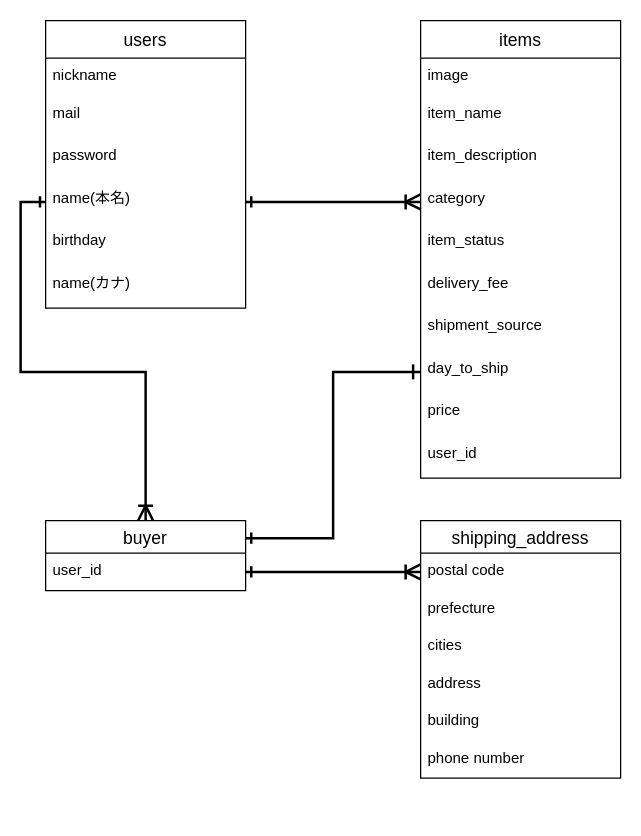
Before: test.dio in attakrui725/furima-32080, a draw.io diagram. Source tidied: cells renumbered, new cells numbered last; positions are measured from the earlier drawing's top-left corner, leaving out a move shared by most shapes. Both pictures are drawn from the tidied source at 125%, with x=0, y=0 at pixel (45, 20).
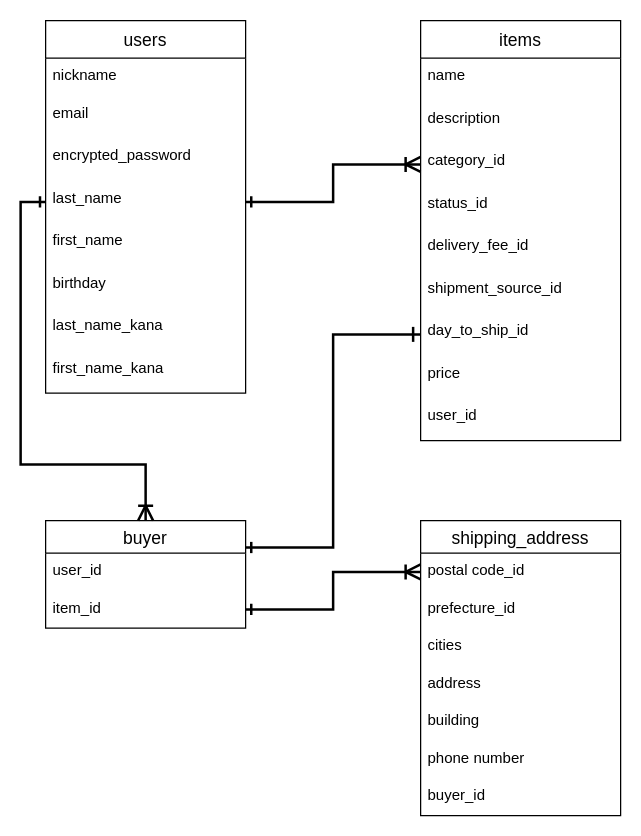
The same diagram, later.

Diff of the diagram source:
```diff
@@
     <mxCell id="2" value="users" style="swimlane;fontStyle=0;horizontal=1;startSize=30;align=center;fontSize=14;" parent="1" vertex="1">
-      <mxGeometry width="160" height="230" as="geometry" />
+      <mxGeometry width="160" height="298" as="geometry" />
     </mxCell>
@@
-    <mxCell id="4" value="mail&#10;" style="text;strokeColor=none;fillColor=none;spacingLeft=4;spacingRight=4;overflow=hidden;fontSize=12;" parent="2" vertex="1">
+    <mxCell id="4" value="email&#10;" style="text;strokeColor=none;fillColor=none;spacingLeft=4;spacingRight=4;overflow=hidden;fontSize=12;" parent="2" vertex="1">
       <mxGeometry y="60" width="160" height="34" as="geometry" />
     </mxCell>
-    <mxCell id="5" value="password" style="text;strokeColor=none;fillColor=none;spacingLeft=4;spacingRight=4;overflow=hidden;fontSize=12;" parent="2" vertex="1">
+    <mxCell id="5" value="encrypted_password " style="text;strokeColor=none;fillColor=none;spacingLeft=4;spacingRight=4;overflow=hidden;fontSize=12;" parent="2" vertex="1">
       <mxGeometry y="94" width="160" height="34" as="geometry" />
     </mxCell>
-    <mxCell id="6" value="name(本名)&#10;" style="text;strokeColor=none;fillColor=none;spacingLeft=4;spacingRight=4;overflow=hidden;points=[[0,0.5],[1,0.5]];portConstraint=eastwest;fontSize=12;" parent="2" vertex="1">
+    <mxCell id="6" value="last_name" style="text;strokeColor=none;fillColor=none;spacingLeft=4;spacingRight=4;overflow=hidden;points=[[0,0.5],[1,0.5]];portConstraint=eastwest;fontSize=12;" parent="2" vertex="1">
       <mxGeometry y="128" width="160" height="34" as="geometry" />
     </mxCell>
-    <mxCell id="7" value="birthday" style="text;strokeColor=none;fillColor=none;spacingLeft=4;spacingRight=4;overflow=hidden;fontSize=12;" parent="2" vertex="1">
+    <mxCell id="7" value="first_name" style="text;strokeColor=none;fillColor=none;spacingLeft=4;spacingRight=4;overflow=hidden;fontSize=12;" parent="2" vertex="1">
       <mxGeometry y="162" width="160" height="34" as="geometry" />
     </mxCell>
+    <mxCell id="33" value="birthday" style="text;strokeColor=none;fillColor=none;spacingLeft=4;spacingRight=4;overflow=hidden;fontSize=12;" parent="2" vertex="1">
+      <mxGeometry y="196" width="160" height="34" as="geometry" />
+    </mxCell>
+    <mxCell id="34" value="last_name_kana" style="text;strokeColor=none;fillColor=none;spacingLeft=4;spacingRight=4;overflow=hidden;fontSize=12;" parent="2" vertex="1">
+      <mxGeometry y="230" width="160" height="34" as="geometry" />
+    </mxCell>
-    <mxCell id="8" value="name(カナ)" style="text;strokeColor=none;fillColor=none;spacingLeft=4;spacingRight=4;overflow=hidden;fontSize=12;" parent="2" vertex="1">
-      <mxGeometry y="196" width="160" height="34" as="geometry" />
+    <mxCell id="8" value="first_name_kana" style="text;strokeColor=none;fillColor=none;spacingLeft=4;spacingRight=4;overflow=hidden;fontSize=12;" parent="2" vertex="1">
+      <mxGeometry y="264" width="160" height="34" as="geometry" />
     </mxCell>
@@
     <mxCell id="10" value="items" style="swimlane;fontStyle=0;horizontal=1;startSize=30;align=center;fontSize=14;" parent="1" vertex="1">
-      <mxGeometry x="300" width="160" height="366" as="geometry" />
+      <mxGeometry x="300" width="160" height="336" as="geometry" />
     </mxCell>
-    <mxCell id="11" value="image" style="text;strokeColor=none;fillColor=none;spacingLeft=4;spacingRight=4;overflow=hidden;fontSize=12;" parent="10" vertex="1">
-      <mxGeometry y="30" width="160" height="30" as="geometry" />
-    </mxCell>
-    <mxCell id="12" value="item_name" style="text;strokeColor=none;fillColor=none;spacingLeft=4;spacingRight=4;overflow=hidden;fontSize=12;" parent="10" vertex="1">
-      <mxGeometry y="60" width="160" height="34" as="geometry" />
+    <mxCell id="12" value="name" style="text;strokeColor=none;fillColor=none;spacingLeft=4;spacingRight=4;overflow=hidden;fontSize=12;" parent="10" vertex="1">
+      <mxGeometry y="30" width="160" height="34" as="geometry" />
     </mxCell>
-    <mxCell id="13" value="item_description" style="text;strokeColor=none;fillColor=none;spacingLeft=4;spacingRight=4;overflow=hidden;fontSize=12;" parent="10" vertex="1">
-      <mxGeometry y="94" width="160" height="34" as="geometry" />
+    <mxCell id="13" value="description" style="text;strokeColor=none;fillColor=none;spacingLeft=4;spacingRight=4;overflow=hidden;fontSize=12;" parent="10" vertex="1">
+      <mxGeometry y="64" width="160" height="34" as="geometry" />
     </mxCell>
-    <mxCell id="14" value="category" style="text;strokeColor=none;fillColor=none;spacingLeft=4;spacingRight=4;overflow=hidden;points=[[0,0.5],[1,0.5]];portConstraint=eastwest;fontSize=12;" parent="10" vertex="1">
-      <mxGeometry y="128" width="160" height="34" as="geometry" />
+    <mxCell id="14" value="category_id" style="text;strokeColor=none;fillColor=none;spacingLeft=4;spacingRight=4;overflow=hidden;points=[[0,0.5],[1,0.5]];portConstraint=eastwest;fontSize=12;" parent="10" vertex="1">
+      <mxGeometry y="98" width="160" height="34" as="geometry" />
     </mxCell>
-    <mxCell id="15" value="item_status" style="text;strokeColor=none;fillColor=none;spacingLeft=4;spacingRight=4;overflow=hidden;fontSize=12;" parent="10" vertex="1">
-      <mxGeometry y="162" width="160" height="34" as="geometry" />
+    <mxCell id="15" value="status_id" style="text;strokeColor=none;fillColor=none;spacingLeft=4;spacingRight=4;overflow=hidden;fontSize=12;" parent="10" vertex="1">
+      <mxGeometry y="132" width="160" height="34" as="geometry" />
     </mxCell>
-    <mxCell id="16" value="delivery_fee" style="text;strokeColor=none;fillColor=none;spacingLeft=4;spacingRight=4;overflow=hidden;fontSize=12;" parent="10" vertex="1">
-      <mxGeometry y="196" width="160" height="34" as="geometry" />
+    <mxCell id="16" value="delivery_fee_id" style="text;strokeColor=none;fillColor=none;spacingLeft=4;spacingRight=4;overflow=hidden;fontSize=12;" parent="10" vertex="1">
+      <mxGeometry y="166" width="160" height="34" as="geometry" />
     </mxCell>
-    <mxCell id="17" value="shipment_source" style="text;strokeColor=none;fillColor=none;spacingLeft=4;spacingRight=4;overflow=hidden;fontSize=12;" parent="10" vertex="1">
-      <mxGeometry y="230" width="160" height="34" as="geometry" />
+    <mxCell id="17" value="shipment_source_id" style="text;strokeColor=none;fillColor=none;spacingLeft=4;spacingRight=4;overflow=hidden;fontSize=12;" parent="10" vertex="1">
+      <mxGeometry y="200" width="160" height="34" as="geometry" />
     </mxCell>
-    <mxCell id="18" value="day_to_ship" style="text;strokeColor=none;fillColor=none;spacingLeft=4;spacingRight=4;overflow=hidden;points=[[0,0.5],[1,0.5]];portConstraint=eastwest;fontSize=12;" parent="10" vertex="1">
-      <mxGeometry y="264" width="160" height="34" as="geometry" />
+    <mxCell id="18" value="day_to_ship_id" style="text;strokeColor=none;fillColor=none;spacingLeft=4;spacingRight=4;overflow=hidden;points=[[0,0.5],[1,0.5]];portConstraint=eastwest;fontSize=12;" parent="10" vertex="1">
+      <mxGeometry y="234" width="160" height="34" as="geometry" />
     </mxCell>
     <mxCell id="19" value="price" style="text;strokeColor=none;fillColor=none;spacingLeft=4;spacingRight=4;overflow=hidden;fontSize=12;" parent="10" vertex="1">
-      <mxGeometry y="298" width="160" height="34" as="geometry" />
+      <mxGeometry y="268" width="160" height="34" as="geometry" />
     </mxCell>
     <mxCell id="20" value="user_id" style="text;strokeColor=none;fillColor=none;spacingLeft=4;spacingRight=4;overflow=hidden;fontSize=12;" parent="10" vertex="1">
-      <mxGeometry y="332" width="160" height="34" as="geometry" />
+      <mxGeometry y="302" width="160" height="34" as="geometry" />
     </mxCell>
@@
     <mxCell id="22" value="buyer" style="swimlane;fontStyle=0;horizontal=1;startSize=26;align=center;fontSize=14;" parent="1" vertex="1">
-      <mxGeometry y="400" width="160" height="56" as="geometry" />
+      <mxGeometry y="400" width="160" height="86" as="geometry" />
     </mxCell>
+    <mxCell id="35" value="user_id" style="text;strokeColor=none;fillColor=none;spacingLeft=4;spacingRight=4;overflow=hidden;fontSize=12;" parent="22" vertex="1">
+      <mxGeometry y="26" width="160" height="30" as="geometry" />
+    </mxCell>
-    <mxCell id="23" value="user_id" style="text;strokeColor=none;fillColor=none;spacingLeft=4;spacingRight=4;overflow=hidden;points=[[0,0.5],[1,0.5]];portConstraint=eastwest;fontSize=12;" parent="22" vertex="1">
-      <mxGeometry y="26" width="160" height="30" as="geometry" />
+    <mxCell id="23" value="item_id" style="text;strokeColor=none;fillColor=none;spacingLeft=4;spacingRight=4;overflow=hidden;points=[[0,0.5],[1,0.5]];portConstraint=eastwest;fontSize=12;" parent="22" vertex="1">
+      <mxGeometry y="56" width="160" height="30" as="geometry" />
     </mxCell>
-    <mxCell id="24" style="edgeStyle=orthogonalEdgeStyle;rounded=0;jettySize=auto;html=1;exitX=0;exitY=0.5;exitDx=0;exitDy=0;entryX=0.5;entryY=0;entryDx=0;entryDy=0;startArrow=ERone;startFill=0;endArrow=ERoneToMany;endFill=0;endSize=9;strokeWidth=2;" parent="1" edge="1" source="6" target="22">
-      <mxGeometry relative="1" as="geometry" />
+    <mxCell id="24" style="edgeStyle=orthogonalEdgeStyle;rounded=0;jettySize=auto;html=1;exitX=0;exitY=0.5;exitDx=0;exitDy=0;startArrow=ERone;startFill=0;endArrow=ERoneToMany;endFill=0;endSize=9;strokeWidth=2;entryX=0.5;entryY=0;entryDx=0;entryDy=0;" parent="1" edge="1" source="6" target="22">
+      <mxGeometry relative="1" as="geometry">
+        <Array as="points">
+          <mxPoint x="-20" y="145" />
+          <mxPoint x="-20" y="355" />
+          <mxPoint x="80" y="355" />
+        </Array>
+      </mxGeometry>
     </mxCell>
@@
     <mxCell id="26" value="shipping_address" style="swimlane;fontStyle=0;horizontal=1;startSize=26;align=center;fontSize=14;" parent="1" vertex="1">
-      <mxGeometry x="300" y="400" width="160" height="206" as="geometry" />
+      <mxGeometry x="300" y="400" width="160" height="236" as="geometry" />
     </mxCell>
-    <mxCell id="27" value="postal code" style="text;strokeColor=none;fillColor=none;spacingLeft=4;spacingRight=4;overflow=hidden;points=[[0,0.5],[1,0.5]];portConstraint=eastwest;fontSize=12;" parent="26" vertex="1">
+    <mxCell id="27" value="postal code_id" style="text;strokeColor=none;fillColor=none;spacingLeft=4;spacingRight=4;overflow=hidden;points=[[0,0.5],[1,0.5]];portConstraint=eastwest;fontSize=12;" parent="26" vertex="1">
       <mxGeometry y="26" width="160" height="30" as="geometry" />
     </mxCell>
-    <mxCell id="28" value="prefecture" style="text;strokeColor=none;fillColor=none;spacingLeft=4;spacingRight=4;overflow=hidden;fontSize=12;" parent="26" vertex="1">
+    <mxCell id="28" value="prefecture_id" style="text;strokeColor=none;fillColor=none;spacingLeft=4;spacingRight=4;overflow=hidden;fontSize=12;" parent="26" vertex="1">
       <mxGeometry y="56" width="160" height="30" as="geometry" />
     </mxCell>
@@
+    <mxCell id="36" value="phone number" style="text;strokeColor=none;fillColor=none;spacingLeft=4;spacingRight=4;overflow=hidden;fontSize=12;" parent="26" vertex="1">
+      <mxGeometry y="176" width="160" height="30" as="geometry" />
+    </mxCell>
-    <mxCell id="32" value="phone number" style="text;strokeColor=none;fillColor=none;spacingLeft=4;spacingRight=4;overflow=hidden;fontSize=12;" parent="26" vertex="1">
-      <mxGeometry y="176" width="160" height="30" as="geometry" />
+    <mxCell id="32" value="buyer_id" style="text;strokeColor=none;fillColor=none;spacingLeft=4;spacingRight=4;overflow=hidden;fontSize=12;" parent="26" vertex="1">
+      <mxGeometry y="206" width="160" height="30" as="geometry" />
     </mxCell>
```
